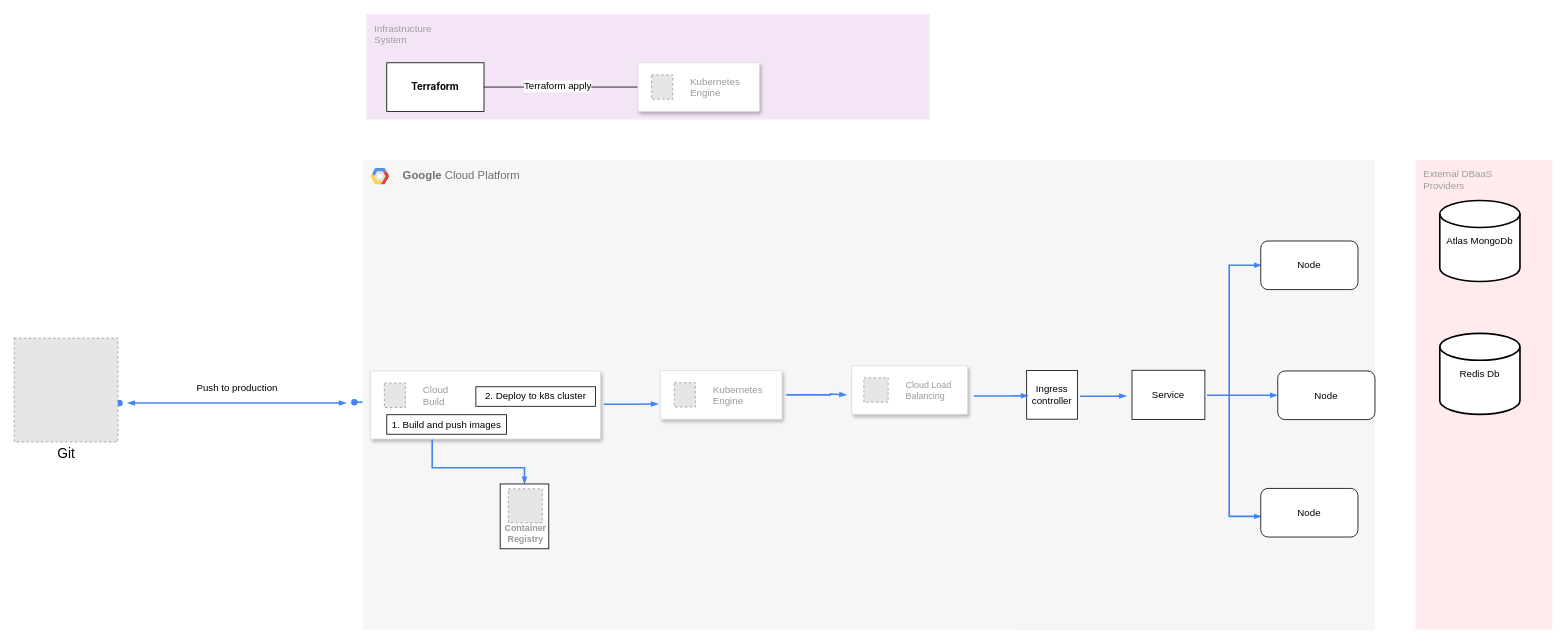
Earlier version of the draw.io diagram gcp-diagram.drawio (FnhNielsen/cloudRepo). Source tidied: cells renumbered, new cells numbered last; positions are measured from the earlier drawing's top-left corner, leaving out a move shared by most shapes. Both pictures are drawn from the tidied source at 81%, with x=0, y=0 at pixel (14, 14). Pictures stored in the file or linked from it are replaced by grey dashed boxes.
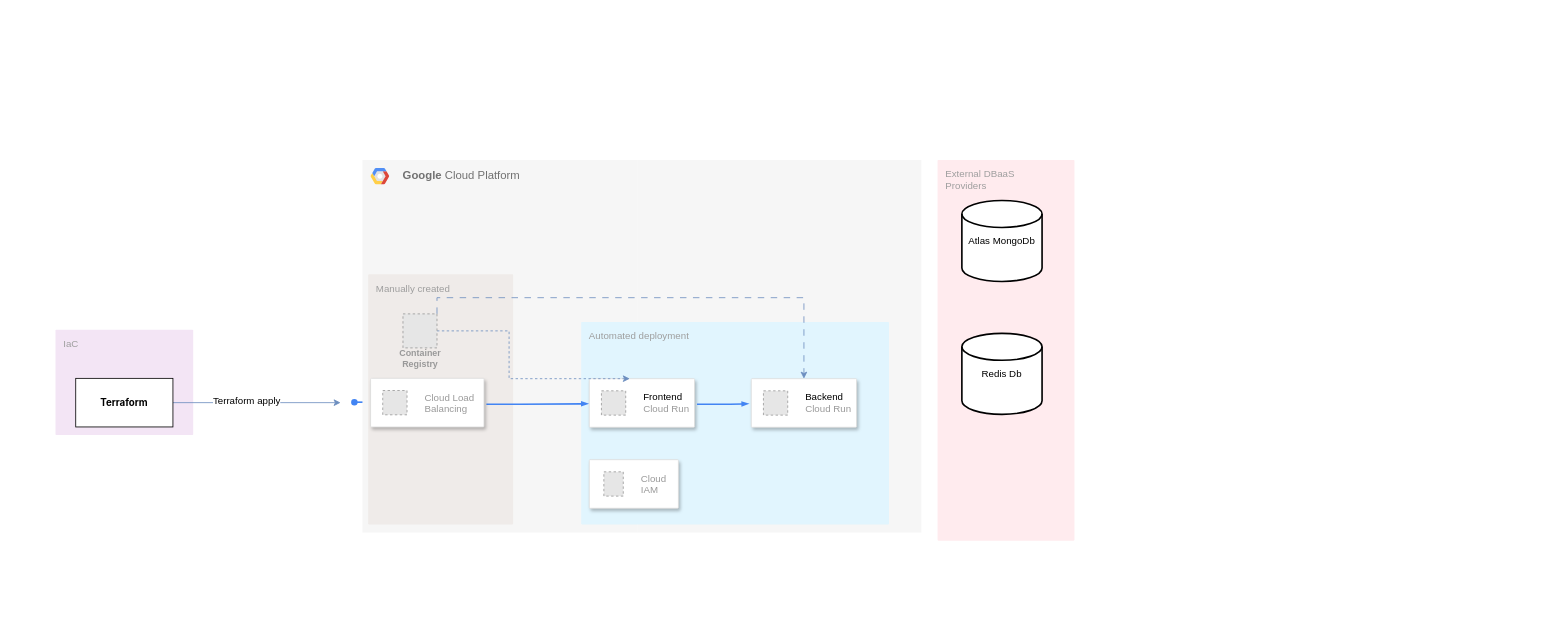
After the change.

The edit, as a diff of the source:
```diff
@@
-    <mxCell id="2" value="Infrastructure&#10;System" style="sketch=0;rounded=1;absoluteArcSize=1;arcSize=2;html=1;strokeColor=none;gradientColor=none;shadow=0;dashed=0;fontSize=12;fontColor=#9E9E9E;align=left;verticalAlign=top;spacing=10;spacingTop=-4;fillColor=#F3E5F5;" parent="1" vertex="1">
-      <mxGeometry x="435" width="695" height="130" as="geometry" />
+    <mxCell id="2" value="IaC" style="sketch=0;rounded=1;absoluteArcSize=1;arcSize=2;html=1;strokeColor=none;gradientColor=none;shadow=0;dashed=0;fontSize=12;fontColor=#9E9E9E;align=left;verticalAlign=top;spacing=10;spacingTop=-4;fillColor=#F3E5F5;" parent="1" vertex="1">
+      <mxGeometry x="51" y="389.6" width="170" height="130" as="geometry" />
     </mxCell>
-    <mxCell id="3" style="fillColor=#F6F6F6;strokeColor=none;shadow=0;gradientColor=none;fontSize=14;align=left;spacing=10;fontColor=#717171;9E9E9E;verticalAlign=top;spacingTop=-4;fontStyle=0;spacingLeft=40;html=1;" parent="1" vertex="1">
-      <mxGeometry x="1230" y="180.5" width="450" height="580" as="geometry" />
-    </mxCell>
     <mxCell id="4" value="&lt;b&gt;Google&amp;nbsp;&lt;/b&gt;Cloud Platform" style="fillColor=#F6F6F6;strokeColor=none;shadow=0;gradientColor=none;fontSize=14;align=left;spacing=10;fontColor=#717171;9E9E9E;verticalAlign=top;spacingTop=-4;fontStyle=0;spacingLeft=40;html=1;" parent="1" vertex="1">
-      <mxGeometry x="430" y="180" width="340" height="580" as="geometry" />
+      <mxGeometry x="430" y="180" width="340" height="460" as="geometry" />
     </mxCell>
     <mxCell id="5" style="fillColor=#F6F6F6;strokeColor=none;shadow=0;gradientColor=none;fontSize=14;align=left;spacing=10;fontColor=#717171;9E9E9E;verticalAlign=top;spacingTop=-4;fontStyle=0;spacingLeft=40;html=1;" parent="1" vertex="1">
-      <mxGeometry x="770" y="180" width="460" height="580" as="geometry" />
+      <mxGeometry x="770" y="180" width="350" height="460" as="geometry" />
     </mxCell>
@@
-    <mxCell id="7" style="strokeColor=#dddddd;shadow=1;strokeWidth=1;rounded=1;absoluteArcSize=1;arcSize=2;fontSize=11;" parent="5" vertex="1">
-      <mxGeometry x="264" y="254" width="143.1" height="60" as="geometry" />
-    </mxCell>
-    <mxCell id="8" value="Cloud Load&#10;Balancing" style="fillColor=#E6E6E6;strokeColor=#999999;dashed=1;fontColor=#999999;verticalLabelPosition=middle;labelBackgroundColor=#ffffff;verticalAlign=middle;labelPosition=right;align=left;spacingLeft=20;fontSize=11;" parent="7" vertex="1">
-      <mxGeometry width="30" height="30" relative="1" as="geometry">
-        <mxPoint x="15" y="15" as="offset" />
-      </mxGeometry>
-    </mxCell>
-    <mxCell id="9" style="edgeStyle=orthogonalEdgeStyle;fontSize=12;html=1;endArrow=blockThin;endFill=1;rounded=0;strokeWidth=2;endSize=4;startSize=4;dashed=0;strokeColor=#4284F3;startArrow=none;startFill=0;exitX=1;exitY=0.5;exitDx=0;exitDy=0;" parent="5" edge="1">
-      <mxGeometry relative="1" as="geometry">
-        <mxPoint x="183.2" y="290" as="sourcePoint" />
-        <mxPoint x="257.8" y="290" as="targetPoint" />
-        <Array as="points">
-          <mxPoint x="237.3" y="290" />
-          <mxPoint x="237.3" y="289" />
-        </Array>
-      </mxGeometry>
-    </mxCell>
-    <mxCell id="10" style="strokeColor=#dddddd;shadow=1;strokeWidth=1;rounded=1;absoluteArcSize=1;arcSize=2;fontSize=12;" parent="5" vertex="1">
-      <mxGeometry x="28" y="260" width="150" height="60" as="geometry" />
-    </mxCell>
-    <mxCell id="11" value="Kubernetes&#10;Engine" style="fillColor=#E6E6E6;strokeColor=#999999;dashed=1;fontColor=#999999;verticalLabelPosition=middle;labelBackgroundColor=#ffffff;verticalAlign=middle;labelPosition=right;align=left;spacingLeft=20;fontSize=12;" parent="10" vertex="1">
-      <mxGeometry width="26" height="30" relative="1" as="geometry">
-        <mxPoint x="17" y="15" as="offset" />
-      </mxGeometry>
-    </mxCell>
-    <mxCell id="12" value="Ingress controller" style="rounded=0;whiteSpace=wrap;html=1;" parent="5" vertex="1">
-      <mxGeometry x="480" y="260" width="62.6" height="60" as="geometry" />
-    </mxCell>
-    <mxCell id="13" style="edgeStyle=elbowEdgeStyle;fontSize=12;html=1;endArrow=oval;endFill=1;rounded=0;strokeWidth=2;endSize=6;startSize=4;dashed=0;strokeColor=#4284F3;elbow=vertical;" parent="1" edge="1">
-      <mxGeometry relative="1" as="geometry">
-        <mxPoint x="120" y="479.9" as="sourcePoint" />
-        <mxPoint x="130" y="480" as="targetPoint" />
-      </mxGeometry>
-    </mxCell>
-    <mxCell id="14" style="edgeStyle=orthogonalEdgeStyle;fontSize=12;html=1;endArrow=blockThin;endFill=1;rounded=0;strokeWidth=2;endSize=4;startSize=4;dashed=0;strokeColor=#4284F3;startArrow=blockThin;startFill=1;" parent="1" edge="1">
-      <mxGeometry relative="1" as="geometry">
-        <mxPoint x="140" y="480" as="sourcePoint" />
-        <mxPoint x="410" y="480" as="targetPoint" />
-        <Array as="points">
-          <mxPoint x="180" y="480" />
-          <mxPoint x="180" y="480" />
-        </Array>
-      </mxGeometry>
-    </mxCell>
-    <mxCell id="15" value="&lt;font style=&quot;font-size: 12px;&quot;&gt;Push to production&lt;/font&gt;" style="edgeLabel;html=1;align=center;verticalAlign=middle;fontSize=17;" parent="14" vertex="1">
-      <mxGeometry x="-0.08" y="2" relative="1" as="geometry">
-        <mxPoint x="10" y="-18" as="offset" />
-      </mxGeometry>
-    </mxCell>
+    <mxCell id="43" value="Automated deployment" style="sketch=0;points=[[0,0,0],[0.25,0,0],[0.5,0,0],[0.75,0,0],[1,0,0],[1,0.25,0],[1,0.5,0],[1,0.75,0],[1,1,0],[0.75,1,0],[0.5,1,0],[0.25,1,0],[0,1,0],[0,0.75,0],[0,0.5,0],[0,0.25,0]];rounded=1;absoluteArcSize=1;arcSize=2;html=1;strokeColor=none;gradientColor=none;shadow=0;dashed=0;fontSize=12;fontColor=#9E9E9E;align=left;verticalAlign=top;spacing=10;spacingTop=-4;fillColor=#E1F5FE;" parent="5" vertex="1">
+      <mxGeometry x="-70" y="200" width="380" height="250" as="geometry" />
+    </mxCell>
@@
     <mxCell id="17" value="External DBaaS&lt;br&gt;Providers" style="sketch=0;rounded=1;absoluteArcSize=1;arcSize=2;html=1;strokeColor=none;gradientColor=none;shadow=0;dashed=0;fontSize=12;fontColor=#9E9E9E;align=left;verticalAlign=top;spacing=10;spacingTop=-4;fillColor=#FFEBEE;" parent="1" vertex="1">
-      <mxGeometry x="1730" y="180" width="169" height="580" as="geometry" />
+      <mxGeometry x="1140" y="180" width="169" height="470" as="geometry" />
     </mxCell>
-    <mxCell id="18" value="Service" style="rounded=0;whiteSpace=wrap;html=1;" parent="1" vertex="1">
-      <mxGeometry x="1380" y="439.6" width="90" height="60.8" as="geometry" />
-    </mxCell>
-    <mxCell id="19" style="fontSize=12;html=1;endArrow=blockThin;endFill=1;rounded=0;strokeWidth=2;endSize=4;startSize=4;dashed=0;strokeColor=#4284F3;startArrow=blockThin;startFill=1;edgeStyle=orthogonalEdgeStyle;" parent="1" edge="1">
-      <mxGeometry relative="1" as="geometry">
-        <mxPoint x="1540" y="310" as="sourcePoint" />
-        <mxPoint x="1540" y="620" as="targetPoint" />
-        <Array as="points">
-          <mxPoint x="1500" y="310" />
-          <mxPoint x="1500" y="620" />
-        </Array>
-      </mxGeometry>
-    </mxCell>
-    <mxCell id="20" style="edgeStyle=orthogonalEdgeStyle;fontSize=12;html=1;endArrow=blockThin;endFill=1;rounded=0;strokeWidth=2;endSize=4;startSize=4;dashed=0;strokeColor=#4284F3;startArrow=none;startFill=0;" parent="1" edge="1">
-      <mxGeometry relative="1" as="geometry">
-        <mxPoint x="1472.7" y="470.4" as="sourcePoint" />
-        <mxPoint x="1559.7" y="470.4" as="targetPoint" />
-        <Array as="points">
-          <mxPoint x="1512.7" y="470.4" />
-          <mxPoint x="1512.7" y="470.4" />
-        </Array>
-      </mxGeometry>
-    </mxCell>
-    <mxCell id="21" value="Node" style="rounded=1;whiteSpace=wrap;html=1;" parent="1" vertex="1">
-      <mxGeometry x="1539" y="280" width="120" height="60" as="geometry" />
-    </mxCell>
-    <mxCell id="22" value="Node" style="rounded=1;whiteSpace=wrap;html=1;" parent="1" vertex="1">
-      <mxGeometry x="1560" y="440.5" width="120" height="60" as="geometry" />
-    </mxCell>
-    <mxCell id="23" value="Node" style="rounded=1;whiteSpace=wrap;html=1;" parent="1" vertex="1">
-      <mxGeometry x="1539" y="585.5" width="120" height="60" as="geometry" />
-    </mxCell>
     <mxCell id="24" value="Atlas MongoDb" style="strokeWidth=2;html=1;shape=mxgraph.flowchart.database;whiteSpace=wrap;" parent="1" vertex="1">
-      <mxGeometry x="1760" y="230" width="99" height="100" as="geometry" />
+      <mxGeometry x="1170" y="230" width="99" height="100" as="geometry" />
     </mxCell>
     <mxCell id="25" value="Redis Db" style="strokeWidth=2;html=1;shape=mxgraph.flowchart.database;whiteSpace=wrap;" parent="1" vertex="1">
-      <mxGeometry x="1760" y="394" width="99" height="100" as="geometry" />
+      <mxGeometry x="1170" y="394" width="99" height="100" as="geometry" />
     </mxCell>
-    <mxCell id="26" style="fillColor=#E6E6E6;strokeColor=#999999;dashed=1;html=1;verticalAlign=top;verticalLabelPosition=bottom;labelBackgroundColor=#ffffff;" parent="1" vertex="1">
-      <mxGeometry y="400" width="128" height="128" as="geometry" />
-    </mxCell>
-    <mxCell id="27" value="&lt;font style=&quot;font-size: 17px;&quot;&gt;Git&lt;/font&gt;" style="text;html=1;align=center;verticalAlign=middle;strokeColor=none;fillColor=none;" parent="1" vertex="1">
-      <mxGeometry x="39" y="528" width="50" height="30" as="geometry" />
-    </mxCell>
-    <mxCell id="28" style="strokeColor=#dddddd;shadow=1;strokeWidth=1;rounded=1;absoluteArcSize=1;arcSize=2;fontSize=12;" parent="1" vertex="1">
-      <mxGeometry x="440" y="440.5" width="283.8" height="84" as="geometry" />
-    </mxCell>
-    <mxCell id="29" value="Cloud&#10;Build" style="fillColor=#E6E6E6;strokeColor=#999999;dashed=1;fontColor=#999999;verticalLabelPosition=middle;labelBackgroundColor=#ffffff;verticalAlign=middle;labelPosition=right;align=left;spacingLeft=20;fontSize=12;" parent="28" vertex="1">
-      <mxGeometry width="26" height="30" relative="1" as="geometry">
-        <mxPoint x="17" y="15" as="offset" />
-      </mxGeometry>
-    </mxCell>
-    <mxCell id="30" value="1. Build and push images" style="rounded=0;whiteSpace=wrap;html=1;fontSize=12;" parent="28" vertex="1">
-      <mxGeometry x="20" y="54" width="147.8" height="24.1" as="geometry" />
-    </mxCell>
-    <mxCell id="31" value="2. Deploy to k8s cluster" style="rounded=0;whiteSpace=wrap;html=1;fontSize=12;" parent="28" vertex="1">
-      <mxGeometry x="130" y="19.5" width="147.8" height="24.1" as="geometry" />
-    </mxCell>
-    <mxCell id="32" style="edgeStyle=orthogonalEdgeStyle;fontSize=12;html=1;endArrow=blockThin;endFill=1;rounded=0;strokeWidth=2;endSize=4;startSize=4;dashed=0;strokeColor=#4284F3;startArrow=none;startFill=0;exitX=0.268;exitY=1.007;exitDx=0;exitDy=0;exitPerimeter=0;" parent="1" edge="1" source="28">
-      <mxGeometry relative="1" as="geometry">
-        <mxPoint x="630" y="580" as="targetPoint" />
-        <Array as="points">
-          <mxPoint x="516" y="560" />
-          <mxPoint x="630" y="560" />
-        </Array>
-      </mxGeometry>
-    </mxCell>
-    <mxCell id="33" style="rounded=0;whiteSpace=wrap;html=1;fontSize=12;" parent="1" vertex="1">
-      <mxGeometry x="600" y="580" width="60" height="80" as="geometry" />
-    </mxCell>
-    <mxCell id="34" value="Container&#10;Registry" style="fillColor=#E6E6E6;strokeColor=#999999;dashed=1;html=1;verticalAlign=top;labelPosition=center;verticalLabelPosition=bottom;align=center;spacingTop=-6;fontSize=11;fontStyle=1;fontColor=#999999;" parent="1" vertex="1">
-      <mxGeometry x="610" y="586" width="42" height="42" as="geometry" />
-    </mxCell>
-    <mxCell id="35" style="edgeStyle=orthogonalEdgeStyle;fontSize=12;html=1;endArrow=blockThin;endFill=1;rounded=0;strokeWidth=2;endSize=4;startSize=4;dashed=0;strokeColor=#4284F3;startArrow=none;startFill=0;" parent="1" edge="1">
-      <mxGeometry relative="1" as="geometry">
-        <mxPoint x="1184.7" y="471.4" as="sourcePoint" />
-        <mxPoint x="1252" y="471" as="targetPoint" />
-        <Array as="points">
-          <mxPoint x="1224.7" y="471.4" />
-          <mxPoint x="1224.7" y="471.4" />
-        </Array>
-      </mxGeometry>
-    </mxCell>
-    <mxCell id="36" style="edgeStyle=orthogonalEdgeStyle;fontSize=12;html=1;endArrow=blockThin;endFill=1;rounded=0;strokeWidth=2;endSize=4;startSize=4;dashed=0;strokeColor=#4284F3;startArrow=none;startFill=0;" parent="1" edge="1">
-      <mxGeometry relative="1" as="geometry">
-        <mxPoint x="1316" y="471.7" as="sourcePoint" />
-        <mxPoint x="1373.3" y="471.3" as="targetPoint" />
-        <Array as="points">
-          <mxPoint x="1356" y="471.7" />
-          <mxPoint x="1356" y="471.7" />
-        </Array>
-      </mxGeometry>
-    </mxCell>
+    <mxCell id="44" value="Manually created" style="sketch=0;rounded=1;absoluteArcSize=1;arcSize=2;html=1;strokeColor=none;gradientColor=none;shadow=0;dashed=0;fontSize=12;fontColor=#9E9E9E;align=left;verticalAlign=top;spacing=10;spacingTop=-4;fillColor=#EFEBE9;" parent="1" vertex="1">
+      <mxGeometry x="437" y="321" width="179" height="309" as="geometry" />
+    </mxCell>
     <mxCell id="37" style="edgeStyle=orthogonalEdgeStyle;fontSize=12;html=1;endArrow=blockThin;endFill=1;rounded=0;strokeWidth=2;endSize=4;startSize=4;dashed=0;strokeColor=#4284F3;startArrow=none;startFill=0;" parent="1" edge="1">
       <mxGeometry relative="1" as="geometry">
-        <mxPoint x="728" y="481.6" as="sourcePoint" />
-        <mxPoint x="795.3" y="481.2" as="targetPoint" />
+        <mxPoint x="583" y="481.6" as="sourcePoint" />
+        <mxPoint x="709" y="481" as="targetPoint" />
         <Array as="points">
-          <mxPoint x="768" y="481.6" />
-          <mxPoint x="768" y="481.6" />
+          <mxPoint x="624" y="481.6" />
+          <mxPoint x="624" y="481.6" />
         </Array>
       </mxGeometry>
     </mxCell>
-    <mxCell id="38" style="edgeStyle=orthogonalEdgeStyle;rounded=0;jettySize=auto;html=1;fontSize=12;" parent="1" edge="1" source="40" target="42">
-      <mxGeometry relative="1" as="geometry" />
+    <mxCell id="38" style="edgeStyle=orthogonalEdgeStyle;rounded=0;jettySize=auto;html=1;fontSize=12;fillColor=#dae8fc;strokeColor=#6c8ebf;" parent="1" edge="1" source="40">
+      <mxGeometry relative="1" as="geometry">
+        <mxPoint x="403" y="479.6" as="targetPoint" />
+      </mxGeometry>
     </mxCell>
@@
     <mxCell id="40" value="&lt;h1 style=&quot;text-align: start; box-sizing: border-box; font-size: var(--token-typography-display-500-font-size); margin-top: 0px; margin-right: 0px; margin-bottom: var(--spacing-lrg); margin-left: 0px; font-family: -apple-system, BlinkMacSystemFont, &amp;quot;Segoe UI&amp;quot;, Helvetica, Arial, sans-serif, &amp;quot;Apple Color Emoji&amp;quot;, &amp;quot;Segoe UI Emoji&amp;quot;, &amp;quot;Segoe UI Symbol&amp;quot;; line-height: var(--token-typography-display-500-line-height); padding: 0px; scroll-margin-top: var(--total-scroll-offset);&quot; class=&quot;hds-typography-display-500 hds-font-weight-bold tutorial-meta_heading___aCZj g-offset-scroll-margin-top&quot; id=&quot;outputs&quot;&gt;Terraform&lt;/h1&gt;" style="whiteSpace=wrap;html=1;fontSize=12;" parent="1" vertex="1">
-      <mxGeometry x="460" y="60" width="120" height="60" as="geometry" />
+      <mxGeometry x="76" y="449.6" width="120" height="60" as="geometry" />
     </mxCell>
-    <mxCell id="41" style="strokeColor=#dddddd;shadow=1;strokeWidth=1;rounded=1;absoluteArcSize=1;arcSize=2;fontSize=12;" parent="1" vertex="1">
-      <mxGeometry x="770" y="60" width="150" height="60" as="geometry" />
-    </mxCell>
-    <mxCell id="42" value="Kubernetes&#10;Engine" style="fillColor=#E6E6E6;strokeColor=#999999;dashed=1;fontColor=#999999;verticalLabelPosition=middle;labelBackgroundColor=#ffffff;verticalAlign=middle;labelPosition=right;align=left;spacingLeft=20;fontSize=12;" parent="41" vertex="1">
-      <mxGeometry width="26" height="30" relative="1" as="geometry">
-        <mxPoint x="17" y="15" as="offset" />
-      </mxGeometry>
-    </mxCell>
+    <mxCell id="45" style="strokeColor=#dddddd;shadow=1;strokeWidth=1;rounded=1;absoluteArcSize=1;arcSize=2;" parent="1" vertex="1">
+      <mxGeometry x="440" y="449.6" width="140" height="60" as="geometry" />
+    </mxCell>
+    <mxCell id="8" value="Cloud Load&#10;Balancing" style="fillColor=#E6E6E6;strokeColor=#999999;dashed=1;fontColor=#999999;verticalLabelPosition=middle;labelBackgroundColor=#ffffff;verticalAlign=middle;labelPosition=right;align=left;spacingLeft=20;" parent="45" vertex="1">
+      <mxGeometry width="30" height="30" relative="1" as="geometry">
+        <mxPoint x="15" y="15" as="offset" />
+      </mxGeometry>
+    </mxCell>
+    <mxCell id="46" style="strokeColor=#dddddd;shadow=1;strokeWidth=1;rounded=1;absoluteArcSize=1;arcSize=2;" parent="1" vertex="1">
+      <mxGeometry x="710" y="550" width="110" height="60" as="geometry" />
+    </mxCell>
+    <mxCell id="47" value="Cloud&#10;IAM" style="fillColor=#E6E6E6;strokeColor=#999999;dashed=1;fontColor=#999999;verticalLabelPosition=middle;labelBackgroundColor=#ffffff;verticalAlign=middle;labelPosition=right;align=left;spacingLeft=20;" parent="46" vertex="1">
+      <mxGeometry width="24" height="30" relative="1" as="geometry">
+        <mxPoint x="18" y="15" as="offset" />
+      </mxGeometry>
+    </mxCell>
+    <mxCell id="48" style="strokeColor=#dddddd;shadow=1;strokeWidth=1;rounded=1;absoluteArcSize=1;arcSize=2;" parent="1" vertex="1">
+      <mxGeometry x="710" y="450" width="130" height="60" as="geometry" />
+    </mxCell>
+    <mxCell id="49" value="&lt;font color=&quot;#000000&quot;&gt;Frontend&lt;/font&gt;&lt;br&gt;Cloud Run" style="fillColor=#E6E6E6;strokeColor=#999999;dashed=1;html=1;fontColor=#999999;verticalLabelPosition=middle;labelBackgroundColor=#ffffff;verticalAlign=middle;labelPosition=right;align=left;spacingLeft=20;" parent="48" vertex="1">
+      <mxGeometry width="30" height="30" relative="1" as="geometry">
+        <mxPoint x="15" y="15" as="offset" />
+      </mxGeometry>
+    </mxCell>
+    <mxCell id="50" style="strokeColor=#dddddd;shadow=1;strokeWidth=1;rounded=1;absoluteArcSize=1;arcSize=2;" parent="1" vertex="1">
+      <mxGeometry x="910" y="450" width="130" height="60" as="geometry" />
+    </mxCell>
+    <mxCell id="51" value="&lt;font color=&quot;#000000&quot;&gt;Backend&lt;/font&gt;&lt;br&gt;Cloud Run" style="fillColor=#E6E6E6;strokeColor=#999999;dashed=1;html=1;fontColor=#999999;verticalLabelPosition=middle;labelBackgroundColor=#ffffff;verticalAlign=middle;labelPosition=right;align=left;spacingLeft=20;" parent="50" vertex="1">
+      <mxGeometry width="30" height="30" relative="1" as="geometry">
+        <mxPoint x="15" y="15" as="offset" />
+      </mxGeometry>
+    </mxCell>
+    <mxCell id="52" style="edgeStyle=orthogonalEdgeStyle;fontSize=12;html=1;endArrow=blockThin;endFill=1;rounded=0;strokeWidth=2;endSize=4;startSize=4;dashed=0;strokeColor=#4284F3;startArrow=none;startFill=0;" parent="1" edge="1">
+      <mxGeometry relative="1" as="geometry">
+        <mxPoint x="843" y="481.6" as="sourcePoint" />
+        <mxPoint x="907" y="481" as="targetPoint" />
+        <Array as="points">
+          <mxPoint x="884" y="481.6" />
+          <mxPoint x="884" y="481.6" />
+        </Array>
+      </mxGeometry>
+    </mxCell>
+    <mxCell id="53" style="edgeStyle=orthogonalEdgeStyle;rounded=0;jettySize=auto;html=1;exitX=1;exitY=0.5;exitDx=0;exitDy=0;startArrow=none;startFill=0;entryX=0.158;entryY=0.28;entryDx=0;entryDy=0;entryPerimeter=0;dashed=1;fillColor=#dae8fc;strokeColor=#6c8ebf;" parent="1" edge="1" source="34" target="43">
+      <mxGeometry relative="1" as="geometry" />
+    </mxCell>
+    <mxCell id="54" style="edgeStyle=orthogonalEdgeStyle;rounded=0;jettySize=auto;html=1;exitX=1;exitY=0;exitDx=0;exitDy=0;entryX=0.5;entryY=0;entryDx=0;entryDy=0;startArrow=none;startFill=0;dashed=1;dashPattern=8 8;fillColor=#dae8fc;strokeColor=#6c8ebf;" parent="1" edge="1" source="34" target="50">
+      <mxGeometry relative="1" as="geometry" />
+    </mxCell>
+    <mxCell id="34" value="Container&#10;Registry" style="fillColor=#E6E6E6;strokeColor=#999999;dashed=1;html=1;verticalAlign=top;labelPosition=center;verticalLabelPosition=bottom;align=center;spacingTop=-6;fontSize=11;fontStyle=1;fontColor=#999999;" parent="1" vertex="1">
+      <mxGeometry x="480" y="370" width="42" height="42" as="geometry" />
+    </mxCell>
```
